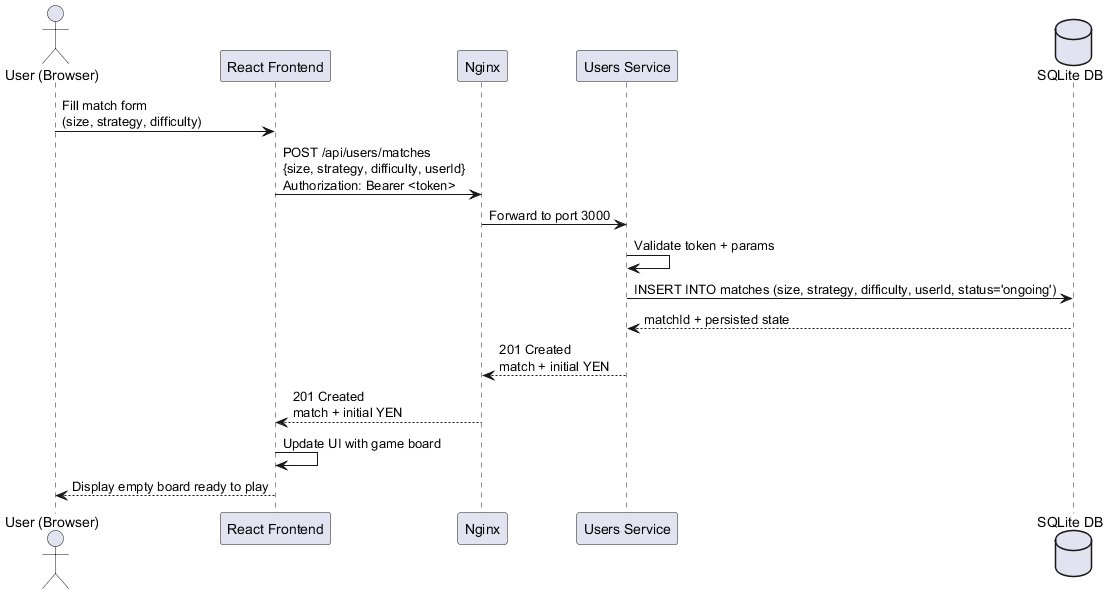
Above: images/runtime-create-match.png in Arquisoft/yovi_es1c (PlantUML), before the change.
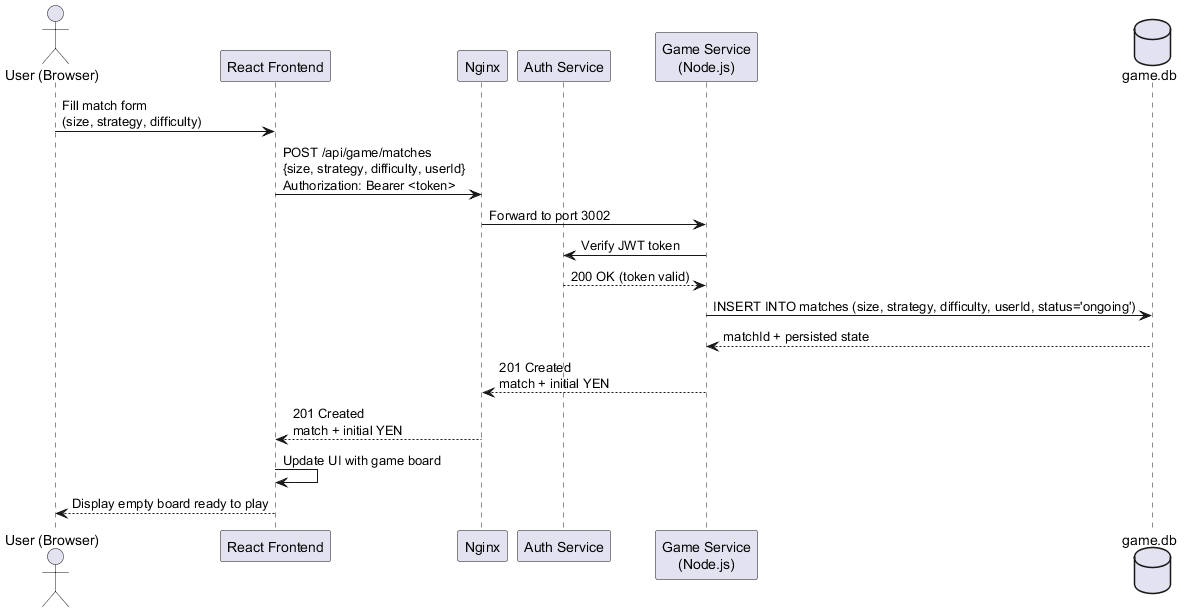
The same diagram one commit later.

What changed in the source:
```diff
@@ -2,16 +2,18 @@
 actor "User (Browser)" as Human
 participant "React Frontend" as Frontend
 participant "Nginx" as Nginx
-participant "Users Service" as Users
-database "SQLite DB" as DB
+participant "Auth Service" as Auth
+participant "Game Service\n(Node.js)" as GameService
+database "game.db" as GameDB
 
 Human -> Frontend: Fill match form\n(size, strategy, difficulty)
-Frontend -> Nginx: POST /api/users/matches\n{size, strategy, difficulty, userId}\nAuthorization: Bearer <token>
-Nginx -> Users: Forward to port 3000
-Users -> Users: Validate token + params
-Users -> DB: INSERT INTO matches (size, strategy, difficulty, userId, status='ongoing')
-DB --> Users: matchId + persisted state
-Users --> Nginx: 201 Created\nmatch + initial YEN
+Frontend -> Nginx: POST /api/game/matches\n{size, strategy, difficulty, userId}\nAuthorization: Bearer <token>
+Nginx -> GameService: Forward to port 3002
+GameService -> Auth: Verify JWT token
+Auth --> GameService: 200 OK (token valid)
+GameService -> GameDB: INSERT INTO matches (size, strategy, difficulty, userId, status='ongoing')
+GameDB --> GameService: matchId + persisted state
+GameService --> Nginx: 201 Created\nmatch + initial YEN
 Nginx --> Frontend: 201 Created\nmatch + initial YEN
 Frontend -> Frontend: Update UI with game board
 Frontend --> Human: Display empty board ready to play
```
